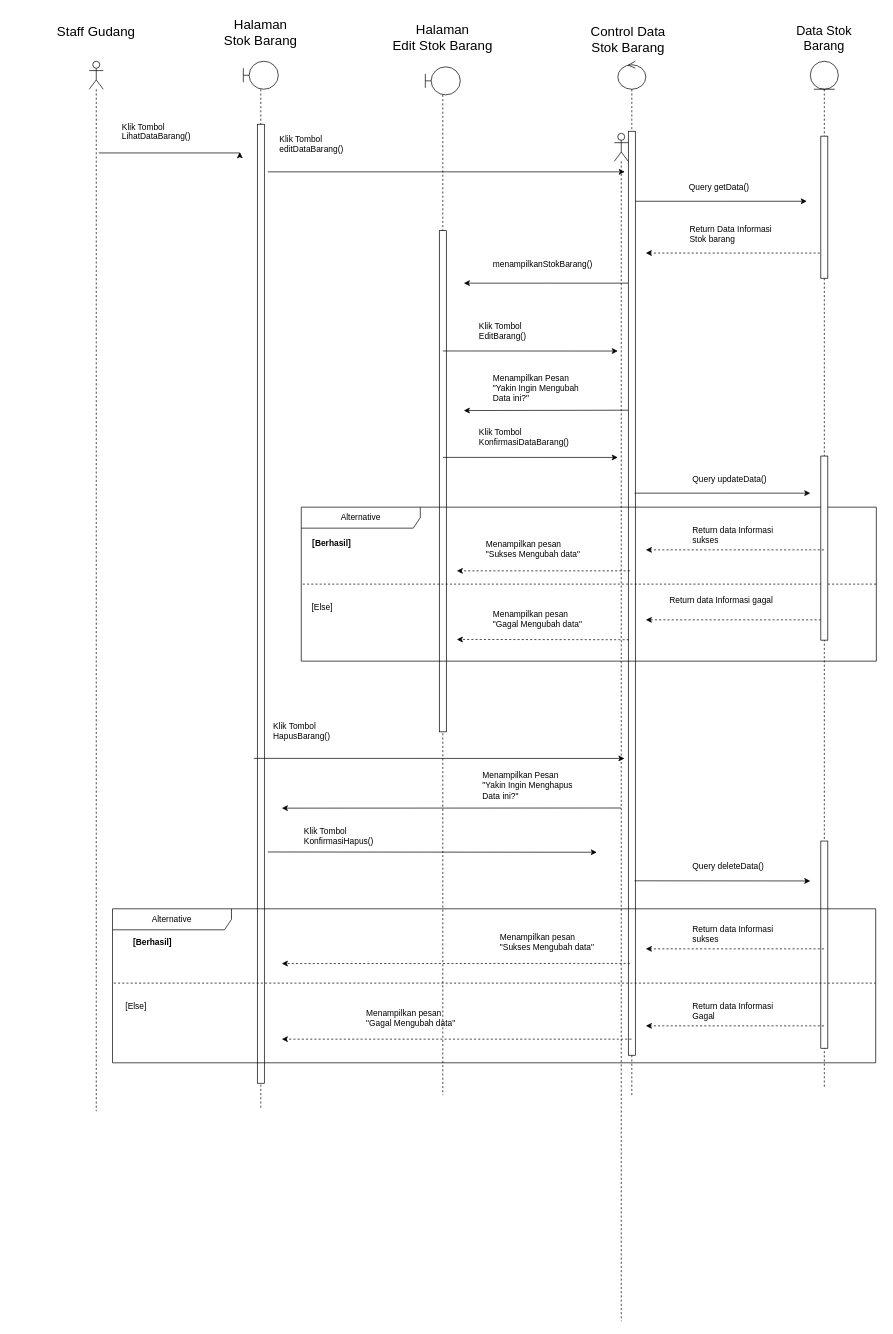
AriqFaridzki/SE-UTS-2023 keeps this draw.io diagram as page "UD Stok barang" (3 of 15) of diagram hungkul/Sequence NOTA, STOK BARang, Supplier.drawio. Above is the earlier version. Source tidied: cells renumbered, new cells numbered last; positions are measured from the earlier drawing's top-left corner, leaving out a move shared by most shapes. Both pictures are drawn from the tidied source at 70%, with x=0, y=0 at pixel (12, 12).
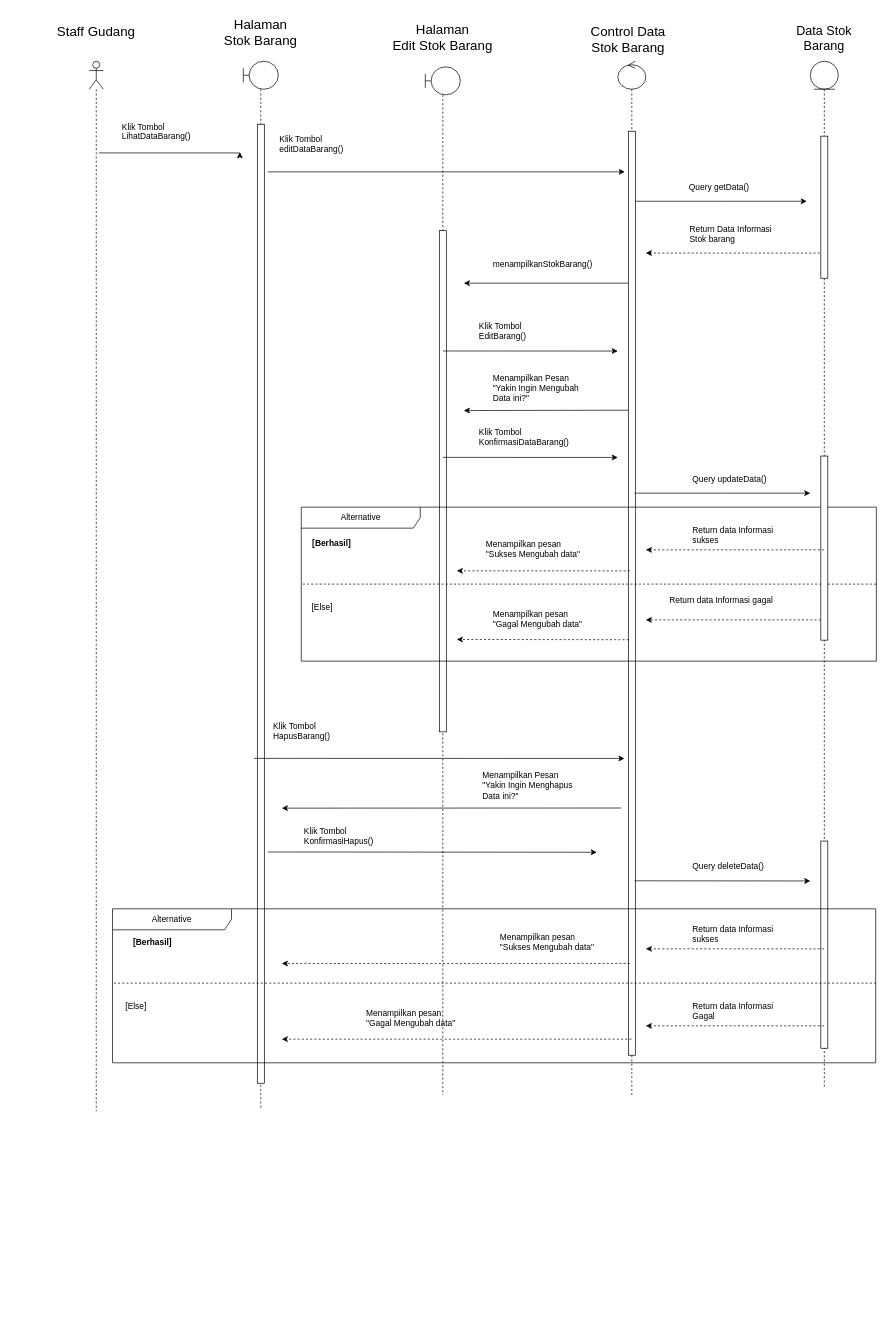
After the change.

What changed in the source:
```diff
@@
-    <mxCell id="18" style="shape=umlLifeline;perimeter=lifelinePerimeter;whiteSpace=wrap;html=1;newEdgeStyle={&quot;edgeStyle&quot;:&quot;elbowEdgeStyle&quot;,&quot;elbow&quot;:&quot;vertical&quot;,&quot;curved&quot;:0,&quot;rounded&quot;:0};participant=umlActor;" parent="1" vertex="1">
-      <mxGeometry x="860" y="173" width="20" height="1697" as="geometry" />
-    </mxCell>
```
